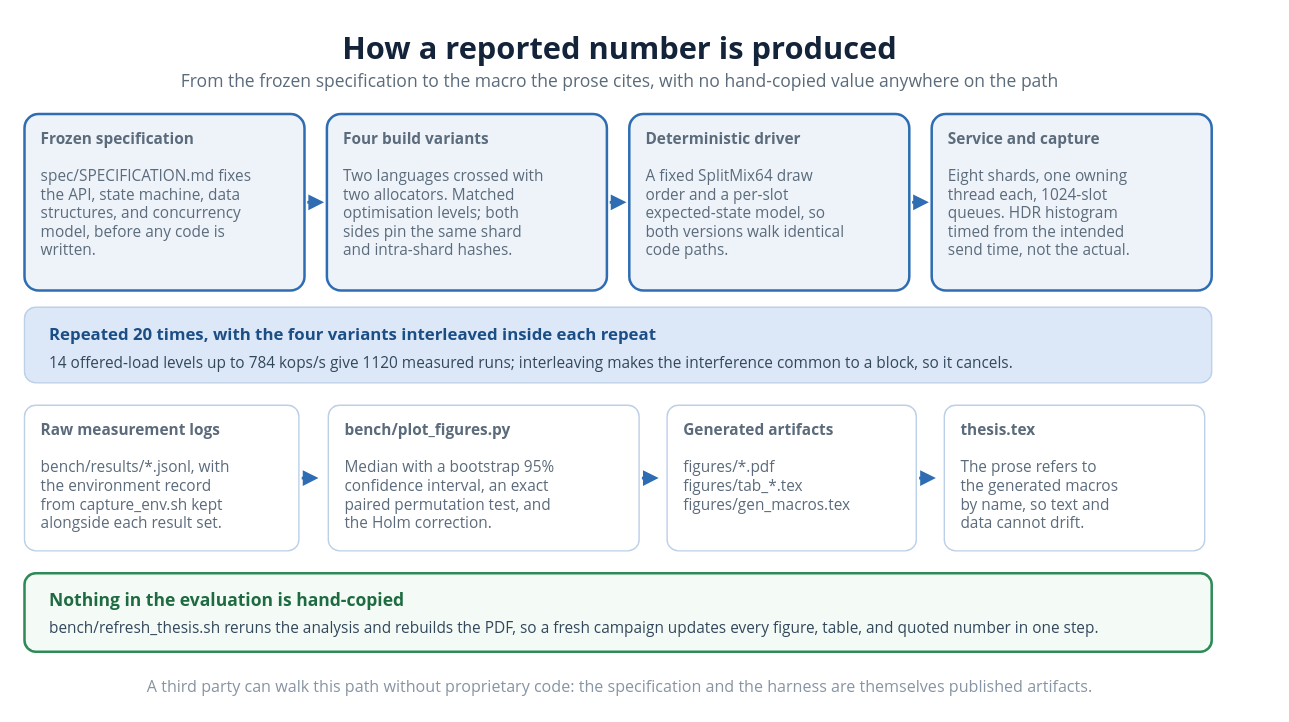
Before: diagrams/20_benchmark_harness.drawio in VienThanh12/Master-Thesis, a draw.io diagram. Source tidied: cells renumbered, new cells numbered last; positions are measured from the earlier drawing's top-left corner, leaving out a move shared by most shapes. Both pictures are drawn from the tidied source at 140%, with x=0, y=0 at pixel (24, 22).
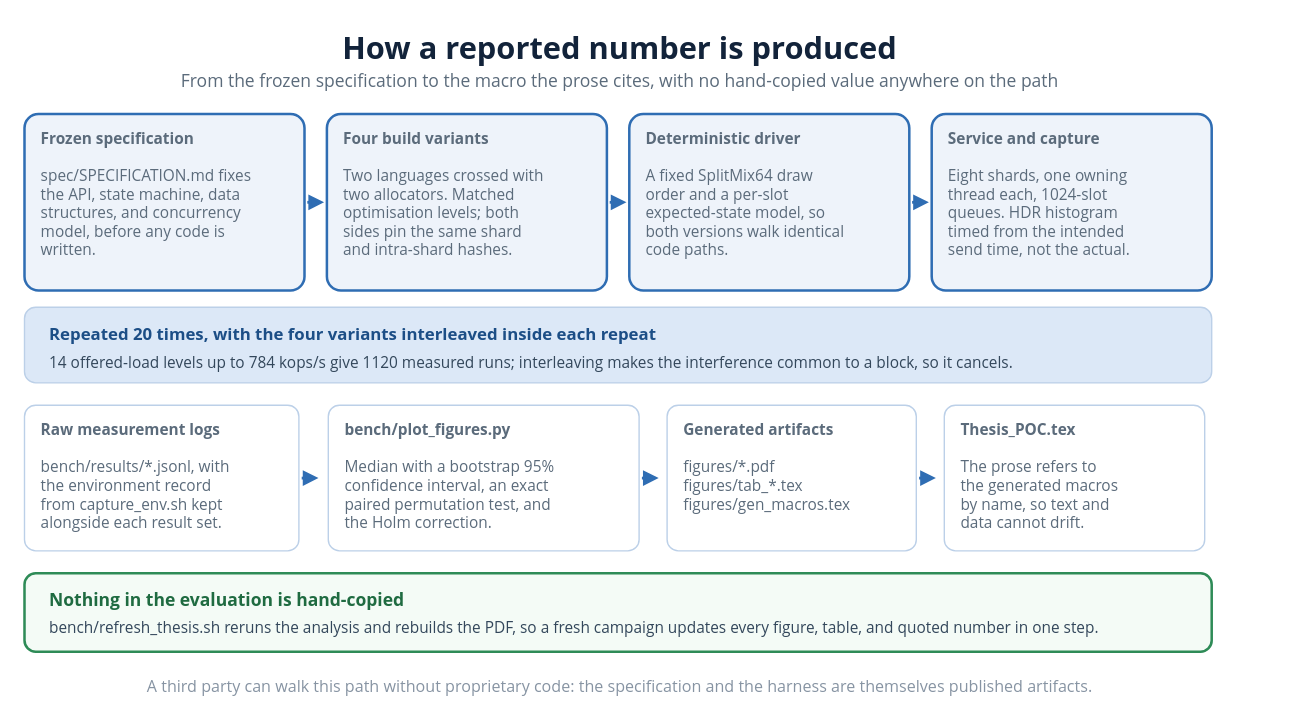
The same diagram, later.

Change to the diagram source:
```diff
@@
-    <mxCell id="17" value="&lt;b&gt;thesis.tex&lt;/b&gt;&lt;br&gt;&lt;br&gt;The prose refers to&lt;br&gt;the generated macros&lt;br&gt;by name, so text and&lt;br&gt;data cannot drift." style="rounded=1;whiteSpace=wrap;html=1;absoluteArcSize=1;arcSize=16;fillColor=#ffffff;strokeColor=#bcd0e8;strokeWidth=1.0;align=left;verticalAlign=top;spacingLeft=10;spacingTop=4;spacingRight=6;fontSize=11;fontColor=#5b6b7b;fontFamily=Segoe UI;" parent="1" vertex="1">
+    <mxCell id="17" value="&lt;b&gt;Thesis_POC.tex&lt;/b&gt;&lt;br&gt;&lt;br&gt;The prose refers to&lt;br&gt;the generated macros&lt;br&gt;by name, so text and&lt;br&gt;data cannot drift." style="rounded=1;whiteSpace=wrap;html=1;absoluteArcSize=1;arcSize=16;fillColor=#ffffff;strokeColor=#bcd0e8;strokeWidth=1.0;align=left;verticalAlign=top;spacingLeft=10;spacingTop=4;spacingRight=6;fontSize=11;fontColor=#5b6b7b;fontFamily=Segoe UI;" parent="1" vertex="1">
       <mxGeometry x="657" y="273" width="186" height="104" as="geometry" />
     </mxCell>
```
